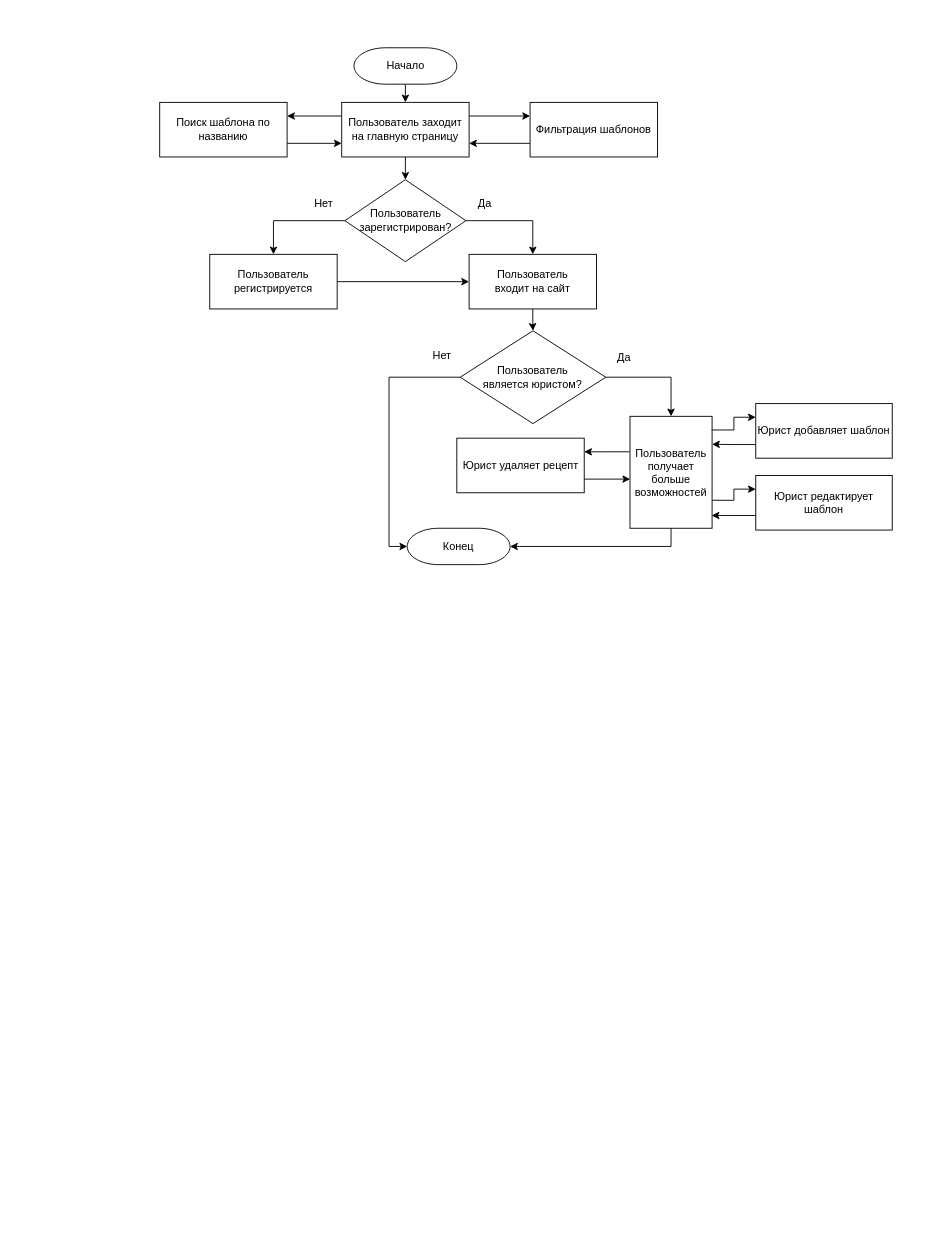
This is page "Base 2.3" (11 of 17) of img/Диаграмма без названия.drawio from Discordiks/Pink_girls, a draw.io file, before an edit. Source tidied: cells renumbered, new cells numbered last; positions are measured from the earlier drawing's top-left corner, leaving out a move shared by most shapes. Both pictures are drawn from the tidied source at 91%, with x=0, y=0 at pixel (159, 47).
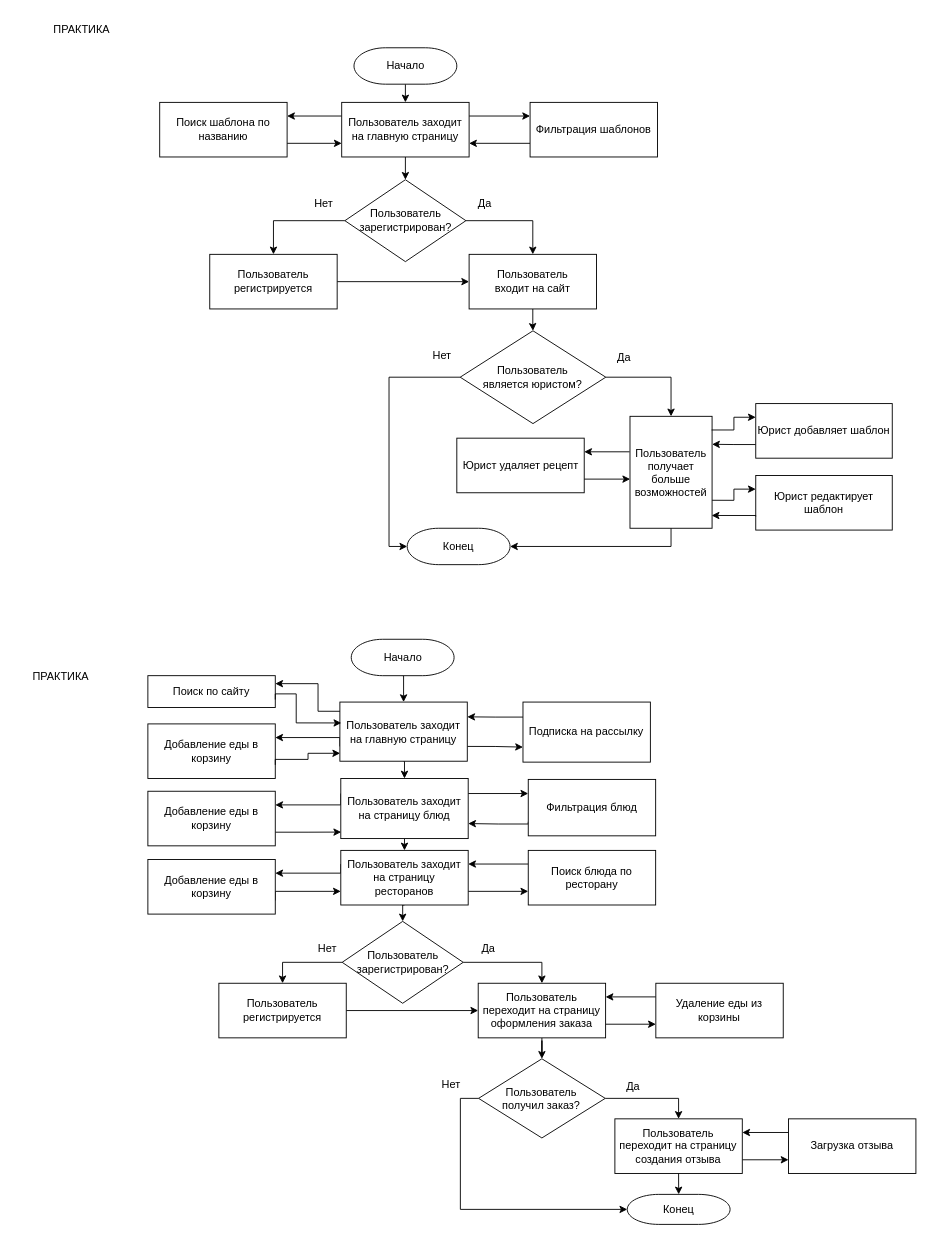
Above is the later version.

Change to the diagram source:
```diff
@@
+    <mxCell id="38" value="ПРАКТИКА" style="text;html=1;align=center;verticalAlign=middle;whiteSpace=wrap;rounded=0;" parent="1" vertex="1">
+      <mxGeometry x="-135" y="-35" width="99" height="30" as="geometry" />
+    </mxCell>
+    <mxCell id="39" value="ПРАКТИКА" style="text;html=1;align=center;verticalAlign=middle;whiteSpace=wrap;rounded=0;" parent="1" vertex="1">
+      <mxGeometry x="-158" y="676" width="99" height="30" as="geometry" />
+    </mxCell>
+    <mxCell id="40" style="edgeStyle=orthogonalEdgeStyle;rounded=0;jettySize=auto;html=1;exitX=0.5;exitY=1;exitDx=0;exitDy=0;exitPerimeter=0;entryX=0.5;entryY=0;entryDx=0;entryDy=0;" parent="1" edge="1" source="41" target="46">
+      <mxGeometry relative="1" as="geometry" />
+    </mxCell>
+    <mxCell id="41" value="Начало" style="strokeWidth=1;html=1;shape=mxgraph.flowchart.terminator;whiteSpace=wrap;" parent="1" vertex="1">
+      <mxGeometry x="210.5" y="650" width="113" height="40" as="geometry" />
+    </mxCell>
+    <mxCell id="42" style="edgeStyle=orthogonalEdgeStyle;rounded=0;jettySize=auto;html=1;exitX=0.002;exitY=0.156;exitDx=0;exitDy=0;entryX=1;entryY=0.25;entryDx=0;entryDy=0;exitPerimeter=0;" parent="1" edge="1" source="46" target="64">
+      <mxGeometry relative="1" as="geometry">
+        <Array as="points">
+          <mxPoint x="174" y="730" />
+          <mxPoint x="174" y="699" />
+          <mxPoint x="127" y="699" />
+        </Array>
+      </mxGeometry>
+    </mxCell>
+    <mxCell id="43" style="edgeStyle=orthogonalEdgeStyle;rounded=0;jettySize=auto;html=1;exitX=0.5;exitY=1;exitDx=0;exitDy=0;entryX=0.5;entryY=0;entryDx=0;entryDy=0;" parent="1" edge="1" source="46" target="68">
+      <mxGeometry relative="1" as="geometry" />
+    </mxCell>
+    <mxCell id="44" style="edgeStyle=orthogonalEdgeStyle;rounded=0;jettySize=auto;html=1;exitX=0;exitY=0.75;exitDx=0;exitDy=0;entryX=1;entryY=0.25;entryDx=0;entryDy=0;" parent="1" edge="1" source="46" target="77">
+      <mxGeometry relative="1" as="geometry">
+        <Array as="points">
+          <mxPoint x="198" y="758" />
+        </Array>
+      </mxGeometry>
+    </mxCell>
+    <mxCell id="45" style="edgeStyle=orthogonalEdgeStyle;rounded=0;jettySize=auto;html=1;exitX=1;exitY=0.75;exitDx=0;exitDy=0;entryX=0;entryY=0.75;entryDx=0;entryDy=0;" parent="1" edge="1" source="46" target="48">
+      <mxGeometry relative="1" as="geometry" />
+    </mxCell>
+    <mxCell id="46" value="Пользователь заходит на главную страницу" style="rounded=0;whiteSpace=wrap;html=1;" parent="1" vertex="1">
+      <mxGeometry x="198" y="719" width="140" height="65" as="geometry" />
+    </mxCell>
+    <mxCell id="47" style="edgeStyle=orthogonalEdgeStyle;rounded=0;jettySize=auto;html=1;exitX=0;exitY=0.25;exitDx=0;exitDy=0;entryX=1;entryY=0.25;entryDx=0;entryDy=0;" parent="1" edge="1" source="48" target="46">
+      <mxGeometry relative="1" as="geometry" />
+    </mxCell>
+    <mxCell id="48" value="Подписка на рассылку" style="rounded=0;whiteSpace=wrap;html=1;" parent="1" vertex="1">
+      <mxGeometry x="399.2" y="719" width="140" height="66" as="geometry" />
+    </mxCell>
+    <mxCell id="49" style="edgeStyle=orthogonalEdgeStyle;rounded=0;jettySize=auto;html=1;exitX=1;exitY=0.5;exitDx=0;exitDy=0;entryX=0.5;entryY=0;entryDx=0;entryDy=0;" parent="1" edge="1" source="63" target="55">
+      <mxGeometry relative="1" as="geometry" />
+    </mxCell>
+    <mxCell id="50" style="edgeStyle=orthogonalEdgeStyle;rounded=0;jettySize=auto;html=1;entryX=0.5;entryY=0;entryDx=0;entryDy=0;exitX=0;exitY=0.5;exitDx=0;exitDy=0;" parent="1" edge="1" source="63" target="52">
+      <mxGeometry relative="1" as="geometry" />
+    </mxCell>
+    <mxCell id="51" style="edgeStyle=orthogonalEdgeStyle;rounded=0;jettySize=auto;html=1;exitX=1;exitY=0.5;exitDx=0;exitDy=0;entryX=0;entryY=0.5;entryDx=0;entryDy=0;" parent="1" edge="1" source="52" target="55">
+      <mxGeometry relative="1" as="geometry" />
+    </mxCell>
+    <mxCell id="52" value="Пользователь регистрируется" style="rounded=0;whiteSpace=wrap;html=1;" parent="1" vertex="1">
+      <mxGeometry x="65" y="1028" width="140" height="60" as="geometry" />
+    </mxCell>
+    <mxCell id="53" style="edgeStyle=orthogonalEdgeStyle;rounded=0;jettySize=auto;html=1;" parent="1" edge="1" source="55" target="59">
+      <mxGeometry relative="1" as="geometry" />
+    </mxCell>
+    <mxCell id="54" style="edgeStyle=orthogonalEdgeStyle;rounded=0;jettySize=auto;html=1;exitX=1;exitY=0.75;exitDx=0;exitDy=0;entryX=0;entryY=0.75;entryDx=0;entryDy=0;" parent="1" edge="1" source="55" target="84">
+      <mxGeometry relative="1" as="geometry" />
+    </mxCell>
+    <mxCell id="55" value="&lt;div&gt;Пользователь&lt;/div&gt;&lt;div&gt;переходит на страницу оформления заказа&lt;/div&gt;" style="rounded=0;whiteSpace=wrap;html=1;" parent="1" vertex="1">
+      <mxGeometry x="350" y="1028" width="140" height="60" as="geometry" />
+    </mxCell>
+    <mxCell id="56" value="Нет" style="text;html=1;align=center;verticalAlign=middle;strokeColor=none;fillColor=none;" parent="1" vertex="1">
+      <mxGeometry x="164" y="975" width="40" height="30" as="geometry" />
+    </mxCell>
+    <mxCell id="57" value="Да" style="text;html=1;align=center;verticalAlign=middle;strokeColor=none;fillColor=none;" parent="1" vertex="1">
+      <mxGeometry x="340.5" y="975" width="40" height="30" as="geometry" />
+    </mxCell>
+    <mxCell id="58" style="edgeStyle=orthogonalEdgeStyle;rounded=0;jettySize=auto;html=1;exitX=1;exitY=0.5;exitDx=0;exitDy=0;entryX=0.5;entryY=0;entryDx=0;entryDy=0;" parent="1" edge="1" source="59" target="86">
+      <mxGeometry relative="1" as="geometry" />
+    </mxCell>
+    <mxCell id="59" value="&lt;div&gt;Пользователь&lt;/div&gt;&lt;div&gt;получил заказ?&lt;/div&gt;" style="rhombus;whiteSpace=wrap;html=1;" parent="1" vertex="1">
+      <mxGeometry x="350.4" y="1111" width="139.2" height="87" as="geometry" />
+    </mxCell>
+    <mxCell id="60" value="Нет" style="text;html=1;align=center;verticalAlign=middle;strokeColor=none;fillColor=none;" parent="1" vertex="1">
+      <mxGeometry x="300" y="1125" width="40" height="30" as="geometry" />
+    </mxCell>
+    <mxCell id="61" value="Да" style="text;html=1;align=center;verticalAlign=middle;strokeColor=none;fillColor=none;" parent="1" vertex="1">
+      <mxGeometry x="500.2" y="1127" width="40" height="30" as="geometry" />
+    </mxCell>
+    <mxCell id="62" value="Конец" style="strokeWidth=1;html=1;shape=mxgraph.flowchart.terminator;whiteSpace=wrap;" parent="1" vertex="1">
+      <mxGeometry x="513.8" y="1260" width="113" height="33" as="geometry" />
+    </mxCell>
+    <mxCell id="63" value="Пользователь зарегистрирован?" style="rhombus;whiteSpace=wrap;html=1;" parent="1" vertex="1">
+      <mxGeometry x="200.5" y="960" width="133" height="90" as="geometry" />
+    </mxCell>
+    <mxCell id="64" value="Поиск по сайту" style="rounded=0;whiteSpace=wrap;html=1;" parent="1" vertex="1">
+      <mxGeometry x="-13" y="690" width="140" height="35" as="geometry" />
+    </mxCell>
+    <mxCell id="65" style="edgeStyle=orthogonalEdgeStyle;rounded=0;jettySize=auto;html=1;exitX=1;exitY=0.25;exitDx=0;exitDy=0;entryX=0;entryY=0.25;entryDx=0;entryDy=0;" parent="1" edge="1" source="68" target="70">
+      <mxGeometry relative="1" as="geometry" />
+    </mxCell>
+    <mxCell id="66" style="edgeStyle=orthogonalEdgeStyle;rounded=0;jettySize=auto;html=1;exitX=0;exitY=0.25;exitDx=0;exitDy=0;entryX=1;entryY=0.25;entryDx=0;entryDy=0;" parent="1" edge="1" source="68" target="79">
+      <mxGeometry relative="1" as="geometry">
+        <Array as="points">
+          <mxPoint x="199" y="832" />
+        </Array>
+      </mxGeometry>
+    </mxCell>
+    <mxCell id="67" style="edgeStyle=orthogonalEdgeStyle;rounded=0;jettySize=auto;html=1;exitX=0.5;exitY=1;exitDx=0;exitDy=0;entryX=0.5;entryY=0;entryDx=0;entryDy=0;" parent="1" edge="1" source="68" target="74">
+      <mxGeometry relative="1" as="geometry" />
+    </mxCell>
+    <mxCell id="68" value="Пользователь заходит на страницу блюд" style="rounded=0;whiteSpace=wrap;html=1;" parent="1" vertex="1">
+      <mxGeometry x="199" y="803" width="140" height="66" as="geometry" />
+    </mxCell>
+    <mxCell id="69" style="edgeStyle=orthogonalEdgeStyle;rounded=0;jettySize=auto;html=1;exitX=0;exitY=0.75;exitDx=0;exitDy=0;entryX=1;entryY=0.75;entryDx=0;entryDy=0;" parent="1" edge="1" source="70" target="68">
+      <mxGeometry relative="1" as="geometry">
+        <Array as="points">
+          <mxPoint x="405" y="853" />
+          <mxPoint x="372" y="853" />
+        </Array>
+      </mxGeometry>
+    </mxCell>
+    <mxCell id="70" value="Фильтрация блюд" style="rounded=0;whiteSpace=wrap;html=1;" parent="1" vertex="1">
+      <mxGeometry x="405" y="804" width="140" height="62" as="geometry" />
+    </mxCell>
+    <mxCell id="71" style="edgeStyle=orthogonalEdgeStyle;rounded=0;jettySize=auto;html=1;exitX=1;exitY=0.75;exitDx=0;exitDy=0;entryX=0;entryY=0.75;entryDx=0;entryDy=0;" parent="1" edge="1" source="74" target="76">
+      <mxGeometry relative="1" as="geometry" />
+    </mxCell>
+    <mxCell id="72" style="edgeStyle=orthogonalEdgeStyle;rounded=0;jettySize=auto;html=1;exitX=0.5;exitY=1;exitDx=0;exitDy=0;entryX=0.5;entryY=0;entryDx=0;entryDy=0;" parent="1" edge="1" source="74" target="63">
+      <mxGeometry relative="1" as="geometry" />
+    </mxCell>
+    <mxCell id="73" style="edgeStyle=orthogonalEdgeStyle;rounded=0;jettySize=auto;html=1;exitX=0;exitY=0.25;exitDx=0;exitDy=0;entryX=1;entryY=0.25;entryDx=0;entryDy=0;" parent="1" edge="1" source="74" target="81">
+      <mxGeometry relative="1" as="geometry">
+        <Array as="points">
+          <mxPoint x="199" y="907" />
+        </Array>
+      </mxGeometry>
+    </mxCell>
+    <mxCell id="74" value="&lt;div&gt;Пользователь заходит на страницу&lt;/div&gt;&lt;div&gt;ресторанов&lt;/div&gt;" style="rounded=0;whiteSpace=wrap;html=1;" parent="1" vertex="1">
+      <mxGeometry x="199" y="882" width="140" height="60" as="geometry" />
+    </mxCell>
+    <mxCell id="75" style="edgeStyle=orthogonalEdgeStyle;rounded=0;jettySize=auto;html=1;exitX=0;exitY=0.25;exitDx=0;exitDy=0;entryX=1;entryY=0.25;entryDx=0;entryDy=0;" parent="1" edge="1" source="76" target="74">
+      <mxGeometry relative="1" as="geometry" />
+    </mxCell>
+    <mxCell id="76" value="Поиск блюда по ресторану" style="rounded=0;whiteSpace=wrap;html=1;" parent="1" vertex="1">
+      <mxGeometry x="405" y="882" width="140" height="60" as="geometry" />
+    </mxCell>
+    <mxCell id="77" value="Добавление еды в корзину" style="rounded=0;whiteSpace=wrap;html=1;" parent="1" vertex="1">
+      <mxGeometry x="-13" y="743" width="140" height="60" as="geometry" />
+    </mxCell>
+    <mxCell id="78" style="edgeStyle=orthogonalEdgeStyle;rounded=0;jettySize=auto;html=1;exitX=1;exitY=0.75;exitDx=0;exitDy=0;entryX=0.003;entryY=0.892;entryDx=0;entryDy=0;entryPerimeter=0;" parent="1" edge="1" source="79" target="68">
+      <mxGeometry relative="1" as="geometry" />
+    </mxCell>
+    <mxCell id="79" value="Добавление еды в корзину" style="rounded=0;whiteSpace=wrap;html=1;" parent="1" vertex="1">
+      <mxGeometry x="-13" y="817" width="140" height="60" as="geometry" />
+    </mxCell>
+    <mxCell id="80" style="edgeStyle=orthogonalEdgeStyle;rounded=0;jettySize=auto;html=1;exitX=1;exitY=0.75;exitDx=0;exitDy=0;entryX=0;entryY=0.75;entryDx=0;entryDy=0;" parent="1" edge="1" source="81" target="74">
+      <mxGeometry relative="1" as="geometry">
+        <Array as="points">
+          <mxPoint x="127" y="927" />
+        </Array>
+      </mxGeometry>
+    </mxCell>
+    <mxCell id="81" value="Добавление еды в корзину" style="rounded=0;whiteSpace=wrap;html=1;" parent="1" vertex="1">
+      <mxGeometry x="-13" y="892" width="140" height="60" as="geometry" />
+    </mxCell>
+    <mxCell id="82" style="edgeStyle=orthogonalEdgeStyle;rounded=0;jettySize=auto;html=1;exitX=1;exitY=0.75;exitDx=0;exitDy=0;entryX=0.002;entryY=0.866;entryDx=0;entryDy=0;entryPerimeter=0;" parent="1" edge="1" source="77" target="46">
+      <mxGeometry relative="1" as="geometry">
+        <Array as="points">
+          <mxPoint x="127" y="782" />
+          <mxPoint x="163" y="782" />
+        </Array>
+      </mxGeometry>
+    </mxCell>
+    <mxCell id="83" style="edgeStyle=orthogonalEdgeStyle;rounded=0;jettySize=auto;html=1;exitX=0;exitY=0.25;exitDx=0;exitDy=0;entryX=1;entryY=0.25;entryDx=0;entryDy=0;" parent="1" edge="1" source="84" target="55">
+      <mxGeometry relative="1" as="geometry" />
+    </mxCell>
+    <mxCell id="84" value="Удаление еды из корзины" style="rounded=0;whiteSpace=wrap;html=1;" parent="1" vertex="1">
+      <mxGeometry x="545.2" y="1028" width="140" height="60" as="geometry" />
+    </mxCell>
+    <mxCell id="85" style="edgeStyle=orthogonalEdgeStyle;rounded=0;jettySize=auto;html=1;exitX=1;exitY=0.75;exitDx=0;exitDy=0;entryX=0;entryY=0.75;entryDx=0;entryDy=0;" parent="1" edge="1" source="86" target="88">
+      <mxGeometry relative="1" as="geometry" />
+    </mxCell>
+    <mxCell id="86" value="Пользователь переходит на страницу создания отзыва" style="rounded=0;whiteSpace=wrap;html=1;" parent="1" vertex="1">
+      <mxGeometry x="500.2" y="1177" width="140" height="60" as="geometry" />
+    </mxCell>
+    <mxCell id="87" style="edgeStyle=orthogonalEdgeStyle;rounded=0;jettySize=auto;html=1;exitX=0;exitY=0.25;exitDx=0;exitDy=0;entryX=1;entryY=0.25;entryDx=0;entryDy=0;" parent="1" edge="1" source="88" target="86">
+      <mxGeometry relative="1" as="geometry" />
+    </mxCell>
+    <mxCell id="88" value="Загрузка отзыва" style="rounded=0;whiteSpace=wrap;html=1;" parent="1" vertex="1">
+      <mxGeometry x="691" y="1177" width="140" height="60" as="geometry" />
+    </mxCell>
+    <mxCell id="89" style="edgeStyle=orthogonalEdgeStyle;rounded=0;jettySize=auto;html=1;exitX=0.5;exitY=1;exitDx=0;exitDy=0;entryX=0.5;entryY=0;entryDx=0;entryDy=0;entryPerimeter=0;" parent="1" edge="1" source="86" target="62">
+      <mxGeometry relative="1" as="geometry" />
+    </mxCell>
+    <mxCell id="90" style="edgeStyle=orthogonalEdgeStyle;rounded=0;jettySize=auto;html=1;exitX=1;exitY=0.75;exitDx=0;exitDy=0;entryX=0.011;entryY=0.353;entryDx=0;entryDy=0;entryPerimeter=0;" parent="1" edge="1" source="64" target="46">
+      <mxGeometry relative="1" as="geometry">
+        <Array as="points">
+          <mxPoint x="127" y="710" />
+          <mxPoint x="150" y="710" />
+          <mxPoint x="150" y="742" />
+        </Array>
+      </mxGeometry>
+    </mxCell>
+    <mxCell id="91" style="edgeStyle=orthogonalEdgeStyle;rounded=0;jettySize=auto;html=1;exitX=0;exitY=0.5;exitDx=0;exitDy=0;entryX=0;entryY=0.5;entryDx=0;entryDy=0;entryPerimeter=0;" parent="1" edge="1" source="59" target="62">
+      <mxGeometry relative="1" as="geometry" />
+    </mxCell>
```
